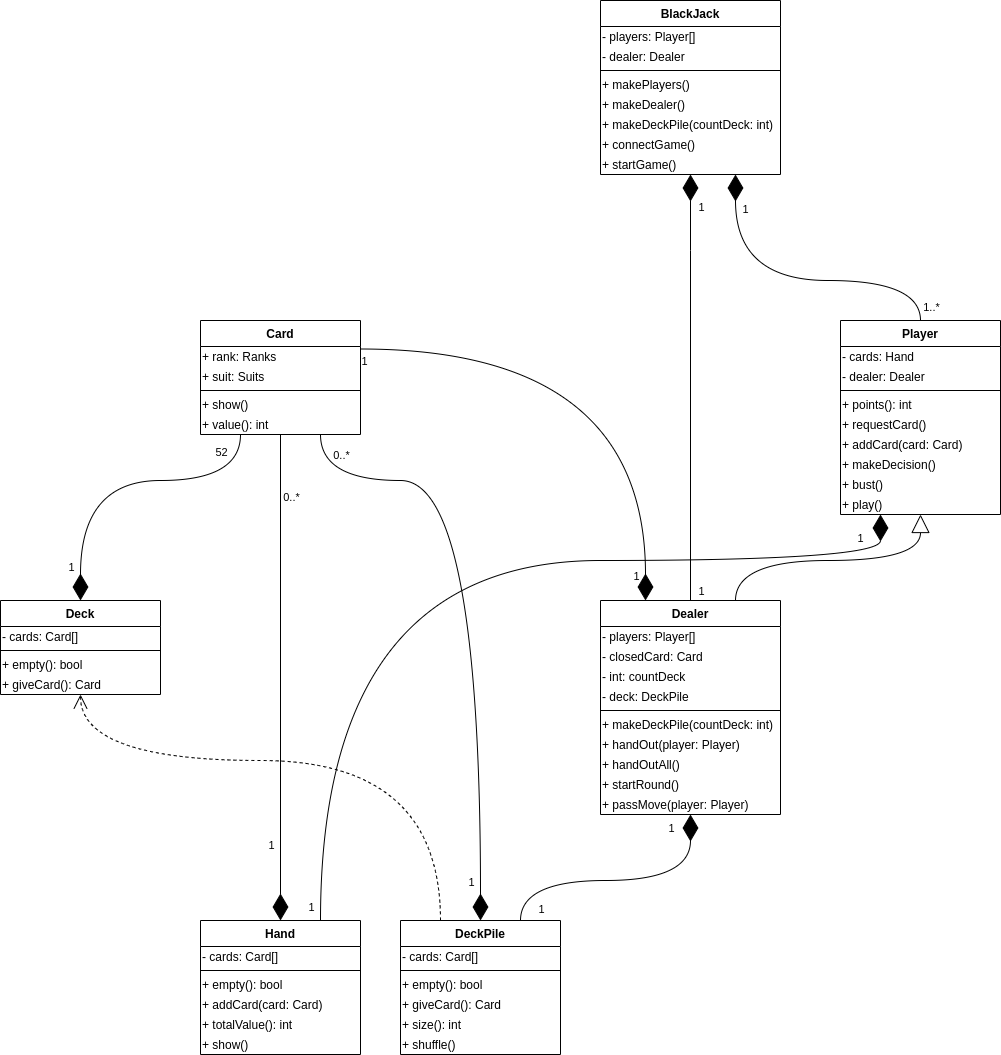
Above: UML/S1_baseOfGame.png in MihaJjDa/BlackJack (draw.io), before the change. Source tidied: cells renumbered, new cells last; positions are measured from the earlier drawing's top-left corner, leaving out a move shared by most shapes.
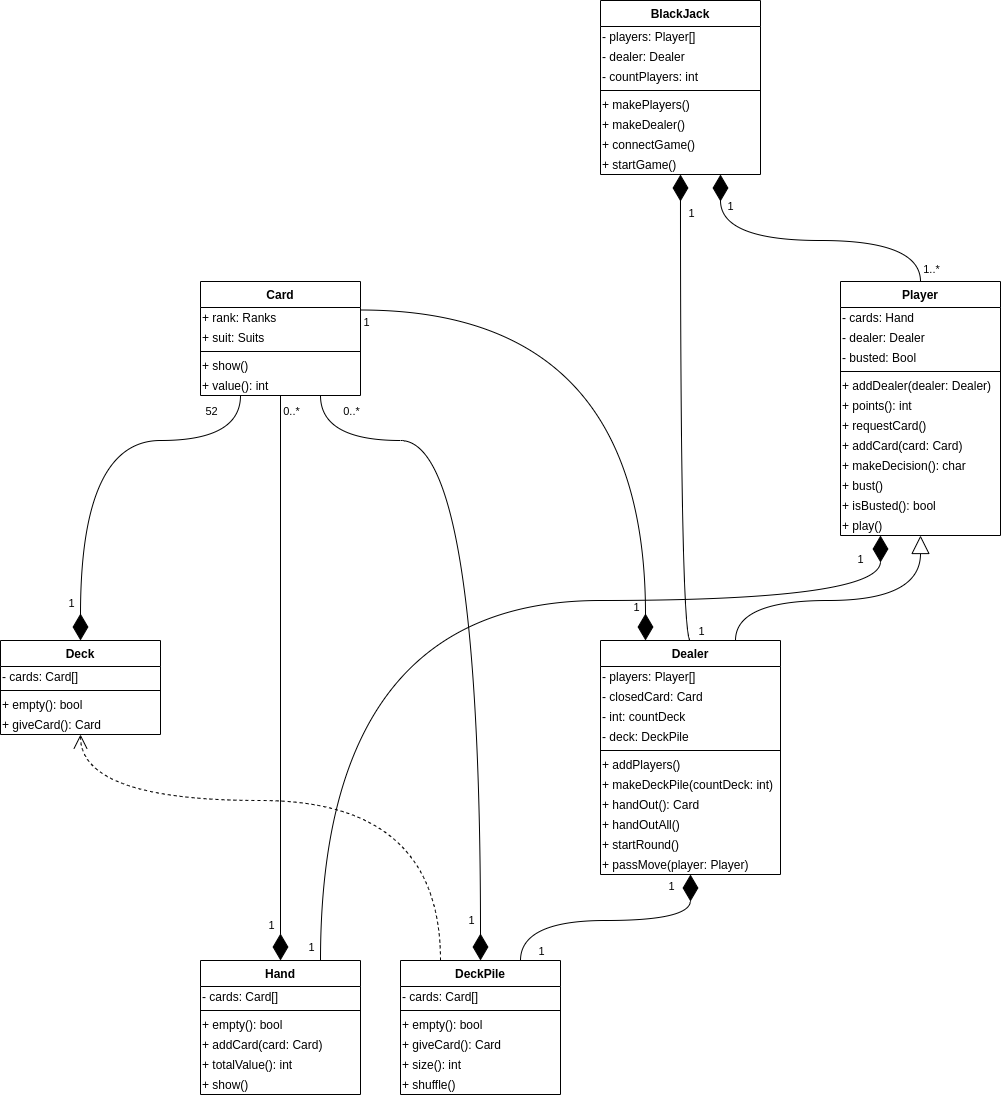
After the change.

Change to the diagram source:
```diff
@@ -13,8 +13,8 @@
     <mxCell id="3" value="1" style="endArrow=diamondThin;endFill=1;endSize=24;html=1;entryX=0.75;entryY=1;entryDx=0;entryDy=0;exitX=0.5;exitY=0;exitDx=0;exitDy=0;edgeStyle=orthogonalEdgeStyle;curved=1;" parent="1" edge="1" source="35" target="26">
       <mxGeometry x="0.79" y="-10" relative="1" as="geometry">
         <Array as="points">
-          <mxPoint x="920" y="280" />
-          <mxPoint x="735" y="280" />
+          <mxPoint x="920" y="200" />
+          <mxPoint x="720" y="200" />
         </Array>
       </mxGeometry>
     </mxCell>
@@ -38,14 +38,13 @@
     </mxCell>
     <mxCell id="7" value="1" style="edgeLabel;html=1;align=center;verticalAlign=middle;" parent="5" vertex="1">
       <mxGeometry x="-0.87" y="-10" relative="1" as="geometry">
-        <mxPoint x="10" y="7.5" as="offset" />
+        <mxPoint x="10" y="7" as="offset" />
       </mxGeometry>
     </mxCell>
     <mxCell id="8" style="endArrow=diamondThin;endFill=1;endSize=24;html=1;entryX=0.5;entryY=1;entryDx=0;entryDy=0;exitX=0.5;exitY=0;exitDx=0;exitDy=0;edgeStyle=orthogonalEdgeStyle;curved=1;" parent="1" edge="1" source="56" target="26">
       <mxGeometry relative="1" as="geometry">
         <Array as="points">
-          <mxPoint x="690" y="250" />
-          <mxPoint x="690" y="250" />
+          <mxPoint x="680" y="600" />
         </Array>
       </mxGeometry>
     </mxCell>
@@ -56,7 +55,7 @@
     </mxCell>
     <mxCell id="10" value="1" style="edgeLabel;html=1;align=center;verticalAlign=middle;" parent="8" vertex="1">
       <mxGeometry x="-0.9" y="3" relative="1" as="geometry">
-        <mxPoint x="13" y="11.7" as="offset" />
+        <mxPoint x="23" y="3" as="offset" />
       </mxGeometry>
     </mxCell>
     <mxCell id="11" value="1" style="endArrow=diamondThin;endFill=1;endSize=24;html=1;entryX=0.25;entryY=1;entryDx=0;entryDy=0;exitX=0.75;exitY=0;exitDx=0;exitDy=0;edgeStyle=orthogonalEdgeStyle;curved=1;" parent="1" edge="1" source="74" target="35">
@@ -75,21 +74,21 @@
     <mxCell id="13" style="endArrow=diamondThin;endFill=1;endSize=24;html=1;exitX=0.5;exitY=1;exitDx=0;exitDy=0;edgeStyle=orthogonalEdgeStyle;curved=1;" parent="1" edge="1" source="45" target="74">
       <mxGeometry relative="1" as="geometry" />
     </mxCell>
+    <mxCell id="15" value="0..*" style="edgeLabel;html=1;align=center;verticalAlign=middle;" parent="13" vertex="1">
+      <mxGeometry x="-0.72" y="-1" relative="1" as="geometry">
+        <mxPoint x="11" y="-65" as="offset" />
+      </mxGeometry>
+    </mxCell>
     <mxCell id="14" value="1" style="edgeLabel;html=1;align=center;verticalAlign=middle;" parent="13" vertex="1">
-      <mxGeometry x="0.72" relative="1" as="geometry">
-        <mxPoint x="-10" y="-7" as="offset" />
+      <mxGeometry x="0.87" y="-1" relative="1" as="geometry">
+        <mxPoint x="-9" as="offset" />
       </mxGeometry>
     </mxCell>
-    <mxCell id="15" value="0..*" style="edgeLabel;html=1;align=center;verticalAlign=middle;" parent="13" vertex="1">
-      <mxGeometry x="-0.72" y="-1" relative="1" as="geometry">
-        <mxPoint x="11" y="-7" as="offset" />
-      </mxGeometry>
-    </mxCell>
     <mxCell id="16" style="endArrow=diamondThin;endFill=1;endSize=24;html=1;exitX=0.25;exitY=1;exitDx=0;exitDy=0;entryX=0.5;entryY=0;entryDx=0;entryDy=0;edgeStyle=orthogonalEdgeStyle;curved=1;" parent="1" edge="1" source="45" target="51">
       <mxGeometry relative="1" as="geometry">
         <Array as="points">
-          <mxPoint x="240" y="480" />
-          <mxPoint x="80" y="480" />
+          <mxPoint x="240" y="400" />
+          <mxPoint x="80" y="400" />
         </Array>
       </mxGeometry>
     </mxCell>
@@ -100,14 +99,14 @@
     </mxCell>
     <mxCell id="18" value="52" style="edgeLabel;html=1;align=center;verticalAlign=middle;" parent="16" vertex="1">
       <mxGeometry x="-0.89" y="-5" relative="1" as="geometry">
-        <mxPoint x="-15" as="offset" />
+        <mxPoint x="-25" y="-6" as="offset" />
       </mxGeometry>
     </mxCell>
     <mxCell id="19" style="endArrow=diamondThin;endFill=1;endSize=24;html=1;entryX=0.5;entryY=0;entryDx=0;entryDy=0;edgeStyle=orthogonalEdgeStyle;curved=1;exitX=0.75;exitY=1;exitDx=0;exitDy=0;" parent="1" edge="1" source="45" target="67">
       <mxGeometry relative="1" as="geometry">
         <Array as="points">
-          <mxPoint x="320" y="480" />
-          <mxPoint x="480" y="480" />
+          <mxPoint x="320" y="400" />
+          <mxPoint x="480" y="400" />
         </Array>
       </mxGeometry>
     </mxCell>
@@ -118,7 +117,7 @@
     </mxCell>
     <mxCell id="21" value="0..*" style="edgeLabel;html=1;align=center;verticalAlign=middle;" parent="19" vertex="1">
       <mxGeometry x="-0.94" y="3" relative="1" as="geometry">
-        <mxPoint x="17" as="offset" />
+        <mxPoint x="27" y="-7" as="offset" />
       </mxGeometry>
     </mxCell>
     <mxCell id="22" style="endArrow=open;endSize=12;dashed=1;html=1;entryX=0.5;entryY=1;entryDx=0;entryDy=0;edgeStyle=orthogonalEdgeStyle;curved=1;exitX=0.25;exitY=0;exitDx=0;exitDy=0;" parent="1" edge="1" source="67" target="51">
@@ -132,7 +131,7 @@
     <mxCell id="23" style="endArrow=diamondThin;endFill=1;endSize=24;html=1;exitX=1;exitY=0.25;exitDx=0;exitDy=0;edgeStyle=orthogonalEdgeStyle;curved=1;entryX=0.25;entryY=0;entryDx=0;entryDy=0;" parent="1" edge="1" source="45" target="56">
       <mxGeometry relative="1" as="geometry">
         <Array as="points">
-          <mxPoint x="645" y="349" />
+          <mxPoint x="645" y="270" />
         </Array>
       </mxGeometry>
     </mxCell>
@@ -147,34 +146,34 @@
       </mxGeometry>
     </mxCell>
     <mxCell id="26" value="BlackJack" style="swimlane;fontStyle=1;align=center;verticalAlign=top;horizontal=1;startSize=26;" parent="1" vertex="1">
-      <mxGeometry x="600" width="180" height="174" as="geometry" />
+      <mxGeometry x="600" y="-40" width="160" height="174" as="geometry" />
     </mxCell>
     <mxCell id="27" value="- players: Player[]" style="text;html=1;align=left;verticalAlign=middle;" parent="26" vertex="1">
-      <mxGeometry y="26" width="180" height="20" as="geometry" />
+      <mxGeometry y="26" width="160" height="20" as="geometry" />
     </mxCell>
     <mxCell id="28" value="- dealer: Dealer" style="text;html=1;align=left;verticalAlign=middle;" parent="26" vertex="1">
-      <mxGeometry y="46" width="180" height="20" as="geometry" />
+      <mxGeometry y="46" width="160" height="20" as="geometry" />
     </mxCell>
+    <mxCell id="81" value="- countPlayers: int" style="text;html=1;align=left;verticalAlign=middle;" parent="26" vertex="1">
+      <mxGeometry y="66" width="160" height="20" as="geometry" />
+    </mxCell>
     <mxCell id="29" style="line;strokeWidth=1;fillColor=none;align=left;verticalAlign=middle;spacingTop=-1;spacingLeft=3;spacingRight=3;labelPosition=right;" parent="26" vertex="1">
-      <mxGeometry y="66" width="180" height="8" as="geometry" />
+      <mxGeometry y="86" width="160" height="8" as="geometry" />
     </mxCell>
     <mxCell id="30" value="+ makePlayers()" style="text;html=1;align=left;verticalAlign=middle;" parent="26" vertex="1">
-      <mxGeometry y="74" width="180" height="20" as="geometry" />
+      <mxGeometry y="94" width="160" height="20" as="geometry" />
     </mxCell>
     <mxCell id="31" value="+ makeDealer()" style="text;html=1;align=left;verticalAlign=middle;" parent="26" vertex="1">
-      <mxGeometry y="94" width="180" height="20" as="geometry" />
+      <mxGeometry y="114" width="160" height="20" as="geometry" />
     </mxCell>
-    <mxCell id="32" value="+ makeDeckPile(countDeck: int)" style="text;html=1;align=left;verticalAlign=middle;" parent="26" vertex="1">
-      <mxGeometry y="114" width="180" height="20" as="geometry" />
-    </mxCell>
     <mxCell id="33" value="+ connectGame()" style="text;html=1;align=left;verticalAlign=middle;" parent="26" vertex="1">
-      <mxGeometry y="134" width="180" height="20" as="geometry" />
+      <mxGeometry y="134" width="160" height="20" as="geometry" />
     </mxCell>
     <mxCell id="34" value="+ startGame()" style="text;html=1;align=left;verticalAlign=middle;" parent="26" vertex="1">
-      <mxGeometry y="154" width="180" height="20" as="geometry" />
+      <mxGeometry y="154" width="160" height="20" as="geometry" />
     </mxCell>
     <mxCell id="35" value="Player" style="swimlane;fontStyle=1;align=center;verticalAlign=top;horizontal=1;startSize=26;" parent="1" vertex="1">
-      <mxGeometry x="840" y="320" width="160" height="194" as="geometry" />
+      <mxGeometry x="840" y="241" width="160" height="254" as="geometry" />
     </mxCell>
     <mxCell id="36" value="- cards: Hand" style="text;html=1;align=left;verticalAlign=middle;" parent="35" vertex="1">
       <mxGeometry y="26" width="160" height="20" as="geometry" />
@@ -182,29 +181,74 @@
     <mxCell id="37" value="- dealer: Dealer" style="text;html=1;align=left;verticalAlign=middle;" parent="35" vertex="1">
       <mxGeometry y="46" width="160" height="20" as="geometry" />
     </mxCell>
+    <mxCell id="82" value="- busted: Bool" style="text;html=1;align=left;verticalAlign=middle;" parent="35" vertex="1">
+      <mxGeometry y="66" width="160" height="20" as="geometry" />
+    </mxCell>
     <mxCell id="38" style="line;strokeWidth=1;fillColor=none;align=left;verticalAlign=middle;spacingTop=-1;spacingLeft=3;spacingRight=3;labelPosition=right;" parent="35" vertex="1">
-      <mxGeometry y="66" width="160" height="8" as="geometry" />
+      <mxGeometry y="86" width="160" height="8" as="geometry" />
     </mxCell>
+    <mxCell id="83" value="+ addDealer(dealer: Dealer)" style="text;html=1;align=left;verticalAlign=middle;" parent="35" vertex="1">
+      <mxGeometry y="94" width="160" height="20" as="geometry" />
+    </mxCell>
     <mxCell id="39" value="+ points(): int" style="text;html=1;align=left;verticalAlign=middle;" parent="35" vertex="1">
-      <mxGeometry y="74" width="160" height="20" as="geometry" />
+      <mxGeometry y="114" width="160" height="20" as="geometry" />
     </mxCell>
     <mxCell id="40" value="+ requestCard()" style="text;html=1;align=left;verticalAlign=middle;" parent="35" vertex="1">
-      <mxGeometry y="94" width="160" height="20" as="geometry" />
+      <mxGeometry y="134" width="160" height="20" as="geometry" />
     </mxCell>
     <mxCell id="41" value="+ addCard(card: Card)" style="text;html=1;align=left;verticalAlign=middle;" parent="35" vertex="1">
-      <mxGeometry y="114" width="160" height="20" as="geometry" />
+      <mxGeometry y="154" width="160" height="20" as="geometry" />
     </mxCell>
-    <mxCell id="42" value="+ makeDecision()" style="text;html=1;align=left;verticalAlign=middle;" parent="35" vertex="1">
-      <mxGeometry y="134" width="160" height="20" as="geometry" />
+    <mxCell id="42" value="+ makeDecision(): char" style="text;html=1;align=left;verticalAlign=middle;" parent="35" vertex="1">
+      <mxGeometry y="174" width="160" height="20" as="geometry" />
     </mxCell>
     <mxCell id="43" value="+ bust()" style="text;html=1;align=left;verticalAlign=middle;" parent="35" vertex="1">
-      <mxGeometry y="154" width="160" height="20" as="geometry" />
+      <mxGeometry y="194" width="160" height="20" as="geometry" />
     </mxCell>
+    <mxCell id="84" value="+ isBusted(): bool" style="text;html=1;align=left;verticalAlign=middle;" parent="35" vertex="1">
+      <mxGeometry y="214" width="160" height="20" as="geometry" />
+    </mxCell>
     <mxCell id="44" value="+ play()" style="text;html=1;align=left;verticalAlign=middle;" parent="35" vertex="1">
-      <mxGeometry y="174" width="160" height="20" as="geometry" />
+      <mxGeometry y="234" width="160" height="20" as="geometry" />
     </mxCell>
+    <mxCell id="56" value="Dealer" style="swimlane;fontStyle=1;align=center;verticalAlign=top;horizontal=1;startSize=26;" parent="1" vertex="1">
+      <mxGeometry x="600" y="600" width="180" height="234" as="geometry" />
+    </mxCell>
+    <mxCell id="57" value="- players: Player[]" style="text;html=1;align=left;verticalAlign=middle;" parent="56" vertex="1">
+      <mxGeometry y="26" width="180" height="20" as="geometry" />
+    </mxCell>
+    <mxCell id="58" value="- closedCard: Card" style="text;html=1;align=left;verticalAlign=middle;" parent="56" vertex="1">
+      <mxGeometry y="46" width="180" height="20" as="geometry" />
+    </mxCell>
+    <mxCell id="59" value="- int: countDeck" style="text;html=1;align=left;verticalAlign=middle;" parent="56" vertex="1">
+      <mxGeometry y="66" width="180" height="20" as="geometry" />
+    </mxCell>
+    <mxCell id="60" value="- deck: DeckPile" style="text;html=1;align=left;verticalAlign=middle;" parent="56" vertex="1">
+      <mxGeometry y="86" width="180" height="20" as="geometry" />
+    </mxCell>
+    <mxCell id="61" style="line;strokeWidth=1;fillColor=none;align=left;verticalAlign=middle;spacingTop=-1;spacingLeft=3;spacingRight=3;labelPosition=right;" parent="56" vertex="1">
+      <mxGeometry y="106" width="180" height="8" as="geometry" />
+    </mxCell>
+    <mxCell id="85" value="+ addPlayers()" style="text;html=1;align=left;verticalAlign=middle;" parent="56" vertex="1">
+      <mxGeometry y="114" width="180" height="20" as="geometry" />
+    </mxCell>
+    <mxCell id="62" value="+ makeDeckPile(countDeck: int)" style="text;html=1;align=left;verticalAlign=middle;" parent="56" vertex="1">
+      <mxGeometry y="134" width="180" height="20" as="geometry" />
+    </mxCell>
+    <mxCell id="63" value="+ handOut(): Card" style="text;html=1;align=left;verticalAlign=middle;" parent="56" vertex="1">
+      <mxGeometry y="154" width="180" height="20" as="geometry" />
+    </mxCell>
+    <mxCell id="64" value="+ handOutAll()" style="text;html=1;align=left;verticalAlign=middle;" parent="56" vertex="1">
+      <mxGeometry y="174" width="180" height="20" as="geometry" />
+    </mxCell>
+    <mxCell id="65" value="+ startRound()" style="text;html=1;align=left;verticalAlign=middle;" parent="56" vertex="1">
+      <mxGeometry y="194" width="180" height="20" as="geometry" />
+    </mxCell>
+    <mxCell id="66" value="+ passMove(player: Player)" style="text;html=1;align=left;verticalAlign=middle;" parent="56" vertex="1">
+      <mxGeometry y="214" width="180" height="20" as="geometry" />
+    </mxCell>
     <mxCell id="45" value="Card" style="swimlane;fontStyle=1;align=center;verticalAlign=top;horizontal=1;startSize=26;" parent="1" vertex="1">
-      <mxGeometry x="200" y="320" width="160" height="114" as="geometry" />
+      <mxGeometry x="200" y="241" width="160" height="114" as="geometry" />
     </mxCell>
     <mxCell id="46" value="+ rank: Ranks" style="text;html=1;align=left;verticalAlign=middle;" parent="45" vertex="1">
       <mxGeometry y="26" width="160" height="20" as="geometry" />
@@ -236,39 +280,6 @@
     <mxCell id="55" value="+ giveCard(): Card" style="text;html=1;align=left;verticalAlign=middle;" parent="51" vertex="1">
       <mxGeometry y="74" width="160" height="20" as="geometry" />
     </mxCell>
-    <mxCell id="56" value="Dealer" style="swimlane;fontStyle=1;align=center;verticalAlign=top;horizontal=1;startSize=26;" parent="1" vertex="1">
-      <mxGeometry x="600" y="600" width="180" height="214" as="geometry" />
-    </mxCell>
-    <mxCell id="57" value="- players: Player[]" style="text;html=1;align=left;verticalAlign=middle;" parent="56" vertex="1">
-      <mxGeometry y="26" width="180" height="20" as="geometry" />
-    </mxCell>
-    <mxCell id="58" value="- closedCard: Card" style="text;html=1;align=left;verticalAlign=middle;" parent="56" vertex="1">
-      <mxGeometry y="46" width="180" height="20" as="geometry" />
-    </mxCell>
-    <mxCell id="59" value="- int: countDeck" style="text;html=1;align=left;verticalAlign=middle;" parent="56" vertex="1">
-      <mxGeometry y="66" width="180" height="20" as="geometry" />
-    </mxCell>
-    <mxCell id="60" value="- deck: DeckPile" style="text;html=1;align=left;verticalAlign=middle;" parent="56" vertex="1">
-      <mxGeometry y="86" width="180" height="20" as="geometry" />
-    </mxCell>
-    <mxCell id="61" style="line;strokeWidth=1;fillColor=none;align=left;verticalAlign=middle;spacingTop=-1;spacingLeft=3;spacingRight=3;labelPosition=right;" parent="56" vertex="1">
-      <mxGeometry y="106" width="180" height="8" as="geometry" />
-    </mxCell>
-    <mxCell id="62" value="+ makeDeckPile(countDeck: int)" style="text;html=1;align=left;verticalAlign=middle;" parent="56" vertex="1">
-      <mxGeometry y="114" width="180" height="20" as="geometry" />
-    </mxCell>
-    <mxCell id="63" value="+ handOut(player: Player)" style="text;html=1;align=left;verticalAlign=middle;" parent="56" vertex="1">
-      <mxGeometry y="134" width="180" height="20" as="geometry" />
-    </mxCell>
-    <mxCell id="64" value="+ handOutAll()" style="text;html=1;align=left;verticalAlign=middle;" parent="56" vertex="1">
-      <mxGeometry y="154" width="180" height="20" as="geometry" />
-    </mxCell>
-    <mxCell id="65" value="+ startRound()" style="text;html=1;align=left;verticalAlign=middle;" parent="56" vertex="1">
-      <mxGeometry y="174" width="180" height="20" as="geometry" />
-    </mxCell>
-    <mxCell id="66" value="+ passMove(player: Player)" style="text;html=1;align=left;verticalAlign=middle;" parent="56" vertex="1">
-      <mxGeometry y="194" width="180" height="20" as="geometry" />
-    </mxCell>
     <mxCell id="67" value="DeckPile" style="swimlane;fontStyle=1;align=center;verticalAlign=top;horizontal=1;startSize=26;" parent="1" vertex="1">
       <mxGeometry x="400" y="920" width="160" height="134" as="geometry" />
     </mxCell>
```
